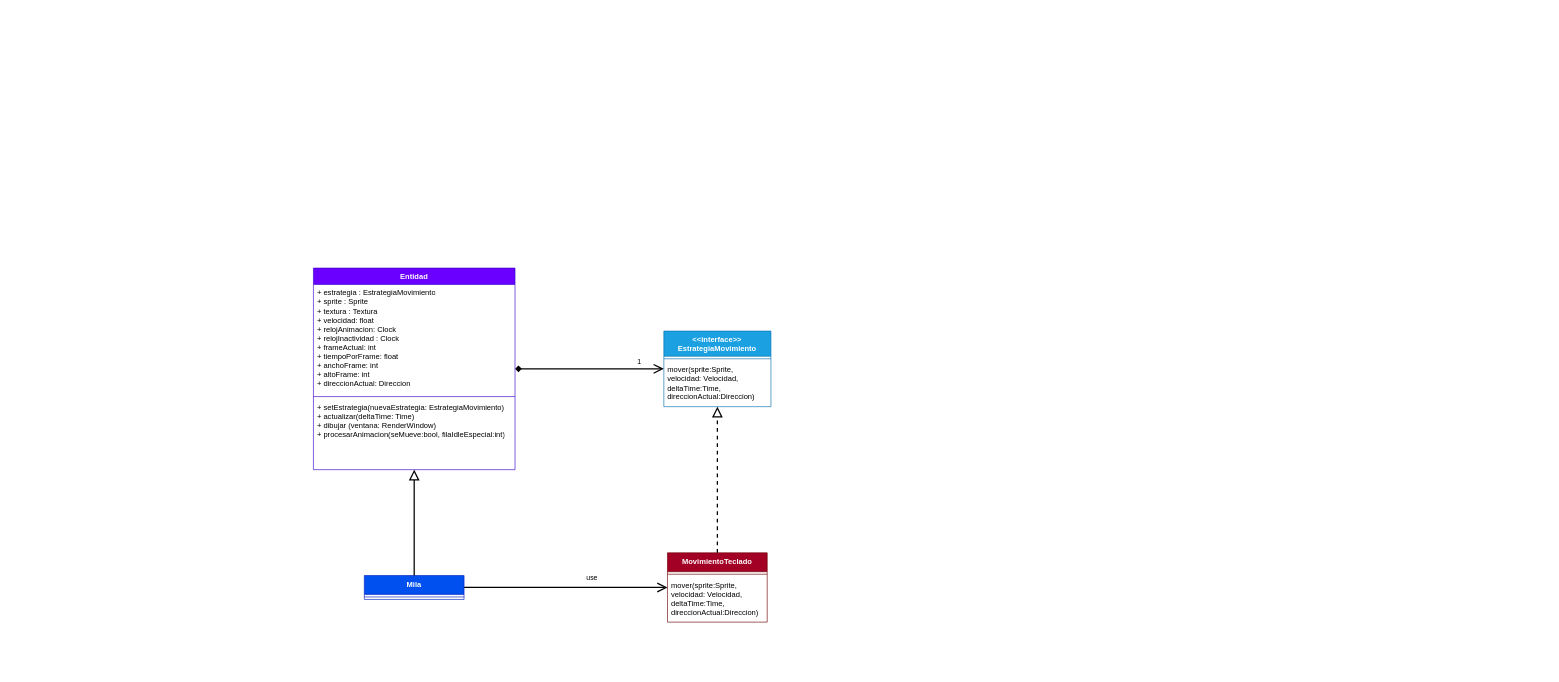
NataliaBlancoAgudin/VideojuegoMilaAnacleto keeps this draw.io diagram as UML/UML.drawio. Above is the earlier version. Source tidied: cells renumbered, new cells numbered last; positions are measured from the earlier drawing's top-left corner, leaving out a move shared by most shapes. Both pictures are drawn from the tidied source at 63%, with x=0, y=0 at pixel (313, 268).
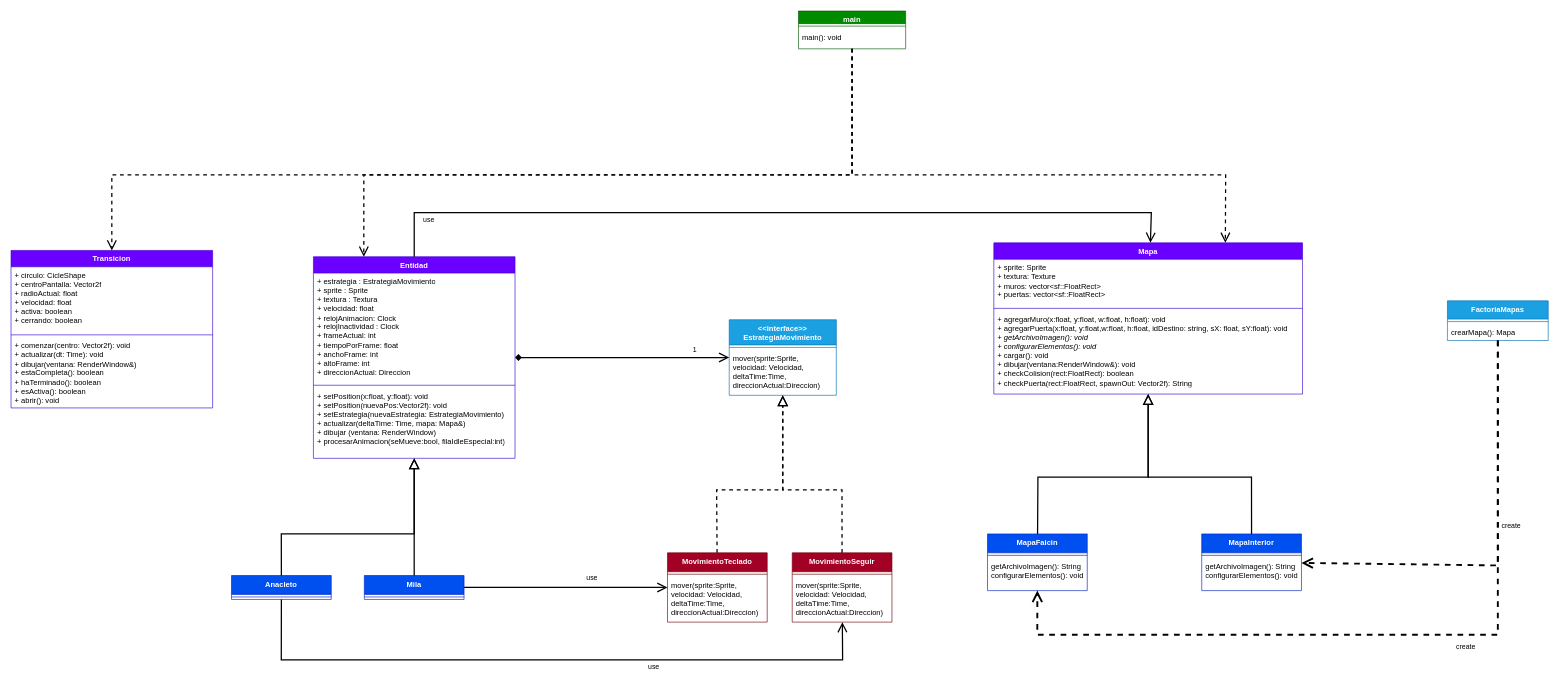
After the change.

Change to the diagram source:
```diff
@@
-    <mxCell id="2" style="group;" parent="1" vertex="1">
-      <mxGeometry width="726.2" height="562" as="geometry" />
-    </mxCell>
+    <mxCell id="21" style="group;" parent="1" vertex="1">
+      <mxGeometry x="-480" y="-408" width="2440" height="1030" as="geometry" />
+    </mxCell>
-    <mxCell id="3" value="&amp;lt;&amp;lt;interface&amp;gt;&amp;gt;&lt;br&gt;EstrategiaMovimiento" style="swimlane;fontStyle=1;align=center;verticalAlign=top;horizontal=1;startSize=40;whiteSpace=wrap;html=1;fillColor=#1ba1e2;fontColor=#ffffff;strokeColor=#006EAF;" parent="2" vertex="1">
-      <mxGeometry x="556.2" y="100" width="170" height="120" as="geometry" />
+    <mxCell id="3" value="&amp;lt;&amp;lt;interface&amp;gt;&amp;gt;&lt;br&gt;EstrategiaMovimiento" style="swimlane;fontStyle=1;align=center;verticalAlign=top;horizontal=1;startSize=40;whiteSpace=wrap;html=1;fillColor=#1ba1e2;fontColor=#ffffff;strokeColor=#006EAF;" parent="21" vertex="1">
+      <mxGeometry x="1140" y="490" width="170" height="120" as="geometry" />
     </mxCell>
@@
-    <mxCell id="6" value="MovimientoTeclado" style="swimlane;fontStyle=1;align=center;verticalAlign=top;horizontal=1;startSize=30;whiteSpace=wrap;html=1;fillColor=#a20025;fontColor=#ffffff;strokeColor=#6F0000;" parent="2" vertex="1">
-      <mxGeometry x="562" y="452" width="158.3" height="110" as="geometry" />
+    <mxCell id="6" value="MovimientoTeclado" style="swimlane;fontStyle=1;align=center;verticalAlign=top;horizontal=1;startSize=30;whiteSpace=wrap;html=1;fillColor=#a20025;fontColor=#ffffff;strokeColor=#6F0000;" parent="21" vertex="1">
+      <mxGeometry x="1042" y="860" width="158.3" height="110" as="geometry" />
     </mxCell>
@@
-    <mxCell id="9" style="endArrow=open;endFill=1;endSize=12;html=1;rounded=0;fontColor=#000000;labelBackgroundColor=none;strokeColor=#000000;strokeWidth=2;startArrow=diamond;startFill=1;" parent="2" edge="1" source="12" target="3">
+    <mxCell id="9" style="endArrow=open;endFill=1;endSize=12;html=1;rounded=0;fontColor=#000000;labelBackgroundColor=none;strokeColor=#000000;strokeWidth=2;startArrow=diamond;startFill=1;" parent="21" edge="1" source="12" target="3">
       <mxGeometry relative="1" as="geometry" />
     </mxCell>
@@
-    <mxCell id="11" style="endArrow=block;endFill=0;endSize=12;html=1;rounded=0;fontColor=#000000;labelBackgroundColor=none;strokeColor=#000000;strokeWidth=2;dashed=1;" parent="2" edge="1" source="6" target="3">
-      <mxGeometry relative="1" as="geometry" />
+    <mxCell id="11" style="endArrow=block;endFill=0;endSize=12;html=1;rounded=0;fontColor=#000000;labelBackgroundColor=none;strokeColor=#000000;strokeWidth=2;dashed=1;" parent="21" edge="1" source="6" target="3">
+      <mxGeometry relative="1" as="geometry">
+        <Array as="points">
+          <mxPoint x="1120" y="760" />
+          <mxPoint x="1225" y="760" />
+        </Array>
+      </mxGeometry>
     </mxCell>
-    <mxCell id="12" value="Entidad" style="swimlane;fontStyle=1;align=center;verticalAlign=top;horizontal=1;startSize=26;whiteSpace=wrap;html=1;fillColor=#6a00ff;fontColor=#ffffff;strokeColor=#3700CC;" parent="2" vertex="1">
-      <mxGeometry width="320" height="320" as="geometry" />
+    <mxCell id="12" value="Entidad" style="swimlane;fontStyle=1;align=center;verticalAlign=top;horizontal=1;startSize=26;whiteSpace=wrap;html=1;fillColor=#6a00ff;fontColor=#ffffff;strokeColor=#3700CC;" parent="21" vertex="1">
+      <mxGeometry x="480" y="390" width="320" height="320" as="geometry" />
     </mxCell>
@@
-    <mxCell id="15" value="+ setEstrategia(nuevaEstrategia: EstrategiaMovimiento)&lt;br&gt;+ actualizar(deltaTime: Time)&lt;br&gt;+ dibujar (ventana: RenderWindow)&lt;br&gt;+ procesarAnimacion(seMueve:bool, filaIdleEspecial:int)" style="text;strokeColor=none;fillColor=none;align=left;verticalAlign=top;spacingLeft=4;spacingRight=4;overflow=hidden;whiteSpace=wrap;html=1;fontColor=#000000;labelBackgroundColor=none;" parent="12" vertex="1">
+    <mxCell id="15" value="+ setPosition(x:float, y:float): void&lt;br&gt;+ setPosition(nuevaPos:Vector2f): void&lt;br&gt;+ setEstrategia(nuevaEstrategia: EstrategiaMovimiento)&lt;br&gt;+ actualizar(deltaTime: Time, mapa: Mapa&amp;amp;)&lt;br&gt;+ dibujar (ventana: RenderWindow)&lt;br&gt;+ procesarAnimacion(seMueve:bool, filaIdleEspecial:int)" style="text;strokeColor=none;fillColor=none;align=left;verticalAlign=top;spacingLeft=4;spacingRight=4;overflow=hidden;whiteSpace=wrap;html=1;fontColor=#000000;labelBackgroundColor=none;" parent="12" vertex="1">
       <mxGeometry y="208" width="320" height="112" as="geometry" />
     </mxCell>
-    <mxCell id="16" value="Mila" style="swimlane;fontStyle=1;align=center;verticalAlign=top;horizontal=1;startSize=30;whiteSpace=wrap;html=1;fillColor=#0050ef;fontColor=#ffffff;strokeColor=#001DBC;" parent="2" vertex="1">
-      <mxGeometry x="80.8" y="488" width="158.3" height="38" as="geometry" />
+    <mxCell id="16" value="Mila" style="swimlane;fontStyle=1;align=center;verticalAlign=top;horizontal=1;startSize=30;whiteSpace=wrap;html=1;fillColor=#0050ef;fontColor=#ffffff;strokeColor=#001DBC;" parent="21" vertex="1">
+      <mxGeometry x="560.8" y="896" width="158.3" height="38" as="geometry" />
     </mxCell>
@@
-    <mxCell id="18" style="endArrow=block;endFill=0;endSize=12;html=1;rounded=0;fontColor=#000000;labelBackgroundColor=none;strokeColor=#000000;strokeWidth=2;" parent="2" edge="1" source="16" target="12">
+    <mxCell id="18" style="endArrow=block;endFill=0;endSize=12;html=1;rounded=0;fontColor=#000000;labelBackgroundColor=none;strokeColor=#000000;strokeWidth=2;" parent="21" edge="1" source="16" target="12">
       <mxGeometry relative="1" as="geometry" />
     </mxCell>
-    <mxCell id="19" style="endArrow=open;endFill=1;endSize=12;html=1;rounded=0;strokeColor=#000000;strokeWidth=2;" parent="2" edge="1" source="16" target="6">
+    <mxCell id="19" style="endArrow=open;endFill=1;endSize=12;html=1;rounded=0;strokeColor=#000000;strokeWidth=2;" parent="21" edge="1" source="16" target="6">
       <mxGeometry relative="1" as="geometry" />
     </mxCell>
@@
+    <mxCell id="22" value="MovimientoSeguir" style="swimlane;fontStyle=1;align=center;verticalAlign=top;horizontal=1;startSize=30;whiteSpace=wrap;html=1;fillColor=#a20025;fontColor=#ffffff;strokeColor=#6F0000;" parent="21" vertex="1">
+      <mxGeometry x="1240" y="860" width="158.3" height="110" as="geometry" />
+    </mxCell>
+    <mxCell id="23" style="line;strokeWidth=1;fillColor=none;align=left;verticalAlign=middle;spacingTop=-1;spacingLeft=3;spacingRight=3;labelPosition=right;strokeColor=inherit;" parent="22" vertex="1">
+      <mxGeometry y="30" width="158.3" height="8" as="geometry" />
+    </mxCell>
+    <mxCell id="24" value="mover(sprite:Sprite, velocidad: Velocidad, deltaTime:Time, direccionActual:Direccion)" style="text;strokeColor=none;fillColor=none;align=left;verticalAlign=top;spacingLeft=4;spacingRight=4;overflow=hidden;whiteSpace=wrap;html=1;fontColor=#000000;labelBackgroundColor=none;" parent="22" vertex="1">
+      <mxGeometry y="38" width="158.3" height="72" as="geometry" />
+    </mxCell>
+    <mxCell id="25" style="endArrow=block;endFill=0;endSize=12;html=1;rounded=0;fontColor=#000000;labelBackgroundColor=none;strokeColor=#000000;strokeWidth=2;dashed=1;" parent="21" edge="1" source="22" target="3">
+      <mxGeometry relative="1" as="geometry">
+        <Array as="points">
+          <mxPoint x="1319" y="760" />
+          <mxPoint x="1225" y="760" />
+        </Array>
+      </mxGeometry>
+    </mxCell>
+    <mxCell id="26" value="Anacleto" style="swimlane;fontStyle=1;align=center;verticalAlign=top;horizontal=1;startSize=30;whiteSpace=wrap;html=1;fillColor=#0050ef;fontColor=#ffffff;strokeColor=#001DBC;" parent="21" vertex="1">
+      <mxGeometry x="350" y="896" width="158.3" height="38" as="geometry" />
+    </mxCell>
+    <mxCell id="27" style="line;strokeWidth=1;fillColor=none;align=left;verticalAlign=middle;spacingTop=-1;spacingLeft=3;spacingRight=3;labelPosition=right;strokeColor=inherit;" parent="26" vertex="1">
+      <mxGeometry y="30" width="158.3" height="8" as="geometry" />
+    </mxCell>
+    <mxCell id="28" style="endArrow=block;endFill=0;endSize=12;html=1;rounded=0;fontColor=#000000;labelBackgroundColor=none;strokeColor=#000000;strokeWidth=2;" parent="21" edge="1" source="26" target="12">
+      <mxGeometry relative="1" as="geometry">
+        <Array as="points">
+          <mxPoint x="429" y="830" />
+          <mxPoint x="640" y="830" />
+        </Array>
+      </mxGeometry>
+    </mxCell>
+    <mxCell id="29" style="endArrow=open;endFill=1;endSize=12;html=1;rounded=0;strokeColor=#000000;strokeWidth=2;" parent="21" edge="1" source="26" target="22">
+      <mxGeometry relative="1" as="geometry">
+        <Array as="points">
+          <mxPoint x="429" y="1030" />
+          <mxPoint x="1320" y="1030" />
+        </Array>
+      </mxGeometry>
+    </mxCell>
+    <mxCell id="30" value="use" style="edgeLabel;html=1;align=center;verticalAlign=middle;labelBackgroundColor=none;fontColor=#000000;" parent="29" vertex="1">
+      <mxGeometry x="0.41" y="2" relative="1" as="geometry">
+        <mxPoint x="-51" y="12" as="offset" />
+      </mxGeometry>
+    </mxCell>
+    <mxCell id="31" value="FactoriaMapas" style="swimlane;fontStyle=1;align=center;verticalAlign=top;horizontal=1;startSize=29;whiteSpace=wrap;html=1;fillColor=#1ba1e2;fontColor=#ffffff;strokeColor=#006EAF;" parent="21" vertex="1">
+      <mxGeometry x="2280" y="460" width="160" height="63" as="geometry" />
+    </mxCell>
+    <mxCell id="32" style="line;strokeWidth=1;fillColor=none;align=left;verticalAlign=middle;spacingTop=-1;spacingLeft=3;spacingRight=3;labelPosition=right;strokeColor=inherit;" parent="31" vertex="1">
+      <mxGeometry y="29" width="160" height="8" as="geometry" />
+    </mxCell>
+    <mxCell id="33" value="&lt;font color=&quot;#000000&quot;&gt;crearMapa(): Mapa&lt;/font&gt;" style="text;strokeColor=none;fillColor=none;align=left;verticalAlign=top;spacingLeft=4;spacingRight=4;overflow=hidden;whiteSpace=wrap;html=1;" parent="31" vertex="1">
+      <mxGeometry y="37" width="160" height="26" as="geometry" />
+    </mxCell>
+    <mxCell id="34" value="Mapa" style="swimlane;fontStyle=1;align=center;verticalAlign=top;horizontal=1;startSize=26;whiteSpace=wrap;html=1;fillColor=#6a00ff;fontColor=#ffffff;strokeColor=#3700CC;" parent="21" vertex="1">
+      <mxGeometry x="1560" y="368" width="490" height="240" as="geometry" />
+    </mxCell>
+    <mxCell id="35" value="+ sprite: Sprite&lt;br&gt;+ textura: Texture&lt;br&gt;+ muros: vector&amp;lt;sf::FloatRect&amp;gt;&lt;br&gt;+ puertas: vector&amp;lt;sf::FloatRect&amp;gt;&lt;br&gt;" style="text;strokeColor=none;fillColor=none;align=left;verticalAlign=top;spacingLeft=4;spacingRight=4;overflow=hidden;whiteSpace=wrap;html=1;fontColor=#000000;labelBackgroundColor=none;" parent="34" vertex="1">
+      <mxGeometry y="26" width="490" height="74" as="geometry" />
+    </mxCell>
+    <mxCell id="36" style="line;strokeWidth=1;fillColor=none;align=left;verticalAlign=middle;spacingTop=-1;spacingLeft=3;spacingRight=3;labelPosition=right;strokeColor=inherit;" parent="34" vertex="1">
+      <mxGeometry y="100" width="490" height="8" as="geometry" />
+    </mxCell>
+    <mxCell id="37" value="+ agregarMuro(x:float, y:float, w:float, h:float): void&lt;br&gt;+ agregarPuerta(x:float, y:float,w:float, h:float, idDestino: string, sX: float, sY:float): void&lt;br&gt;&lt;i&gt;+ getArchivoImagen(): void&lt;br&gt;+ configurarElementos(): void&lt;/i&gt;&lt;br&gt;+ cargar(): void&lt;br&gt;+ dibujar(ventana:RenderWindow&amp;amp;): void&lt;br&gt;+ checkColision(rect:FloatRect): boolean&lt;br&gt;+ checkPuerta(rect:FloatRect, spawnOut: Vector2f): String" style="text;strokeColor=none;fillColor=none;align=left;verticalAlign=top;spacingLeft=4;spacingRight=4;overflow=hidden;whiteSpace=wrap;html=1;fontColor=#000000;labelBackgroundColor=none;" parent="34" vertex="1">
+      <mxGeometry y="108" width="490" height="132" as="geometry" />
+    </mxCell>
+    <mxCell id="38" style="endArrow=block;endFill=0;endSize=12;html=1;rounded=0;fontColor=#000000;labelBackgroundColor=none;strokeColor=#000000;strokeWidth=2;" parent="21" edge="1" source="56" target="34">
+      <mxGeometry relative="1" as="geometry">
+        <Array as="points">
+          <mxPoint x="1630" y="740" />
+          <mxPoint x="1805" y="740" />
+        </Array>
+      </mxGeometry>
+    </mxCell>
+    <mxCell id="39" style="endArrow=block;endFill=0;endSize=12;html=1;rounded=0;fontColor=#000000;labelBackgroundColor=none;strokeColor=#000000;strokeWidth=2;" parent="21" edge="1" source="59" target="34">
+      <mxGeometry relative="1" as="geometry">
+        <Array as="points">
+          <mxPoint x="1969" y="740" />
+          <mxPoint x="1805" y="740" />
+        </Array>
+      </mxGeometry>
+    </mxCell>
+    <mxCell id="40" style="endArrow=open;endFill=1;endSize=12;html=1;rounded=0;strokeColor=#000000;strokeWidth=3;dashed=1;" parent="21" edge="1" source="31" target="59">
+      <mxGeometry relative="1" as="geometry">
+        <Array as="points">
+          <mxPoint x="2360" y="880" />
+        </Array>
+      </mxGeometry>
+    </mxCell>
+    <mxCell id="41" value="create" style="edgeLabel;html=1;align=center;verticalAlign=middle;labelBackgroundColor=none;fontColor=#000000;" parent="40" vertex="1">
+      <mxGeometry x="-0.16" y="6" relative="1" as="geometry">
+        <mxPoint x="14" y="12" as="offset" />
+      </mxGeometry>
+    </mxCell>
+    <mxCell id="42" style="endArrow=open;endFill=1;endSize=12;html=1;rounded=0;strokeColor=#000000;strokeWidth=3;dashed=1;" parent="21" edge="1" source="31" target="56">
+      <mxGeometry relative="1" as="geometry">
+        <Array as="points">
+          <mxPoint x="2360" y="990" />
+          <mxPoint x="1629" y="990" />
+        </Array>
+      </mxGeometry>
+    </mxCell>
+    <mxCell id="43" value="create" style="edgeLabel;html=1;align=center;verticalAlign=middle;labelBackgroundColor=none;fontColor=#000000;" parent="42" vertex="1">
+      <mxGeometry x="-0.16" y="6" relative="1" as="geometry">
+        <mxPoint x="14" y="12" as="offset" />
+      </mxGeometry>
+    </mxCell>
+    <mxCell id="44" style="endArrow=open;endFill=1;endSize=12;html=1;rounded=0;strokeColor=#000000;strokeWidth=2;" parent="21" edge="1" source="12" target="34">
+      <mxGeometry relative="1" as="geometry">
+        <Array as="points">
+          <mxPoint x="640" y="320" />
+          <mxPoint x="1810" y="320" />
+        </Array>
+      </mxGeometry>
+    </mxCell>
+    <mxCell id="45" value="use" style="edgeLabel;html=1;align=center;verticalAlign=middle;labelBackgroundColor=none;fontColor=#000000;" parent="44" vertex="1">
+      <mxGeometry x="0.41" y="2" relative="1" as="geometry">
+        <mxPoint x="-816" y="12" as="offset" />
+      </mxGeometry>
+    </mxCell>
+    <mxCell id="46" value="main" style="swimlane;fontStyle=1;align=center;verticalAlign=top;horizontal=1;startSize=20;whiteSpace=wrap;html=1;fillColor=#008a00;fontColor=#ffffff;strokeColor=#005700;" parent="21" vertex="1">
+      <mxGeometry x="1250" width="170" height="60" as="geometry" />
+    </mxCell>
+    <mxCell id="47" style="line;strokeWidth=1;fillColor=none;align=left;verticalAlign=middle;spacingTop=-1;spacingLeft=3;spacingRight=3;labelPosition=right;strokeColor=inherit;" parent="46" vertex="1">
+      <mxGeometry y="20" width="170" height="8" as="geometry" />
+    </mxCell>
+    <mxCell id="48" value="main(): void" style="text;strokeColor=none;fillColor=none;align=left;verticalAlign=top;spacingLeft=4;spacingRight=4;overflow=hidden;whiteSpace=wrap;html=1;fontColor=#000000;labelBackgroundColor=none;" parent="46" vertex="1">
+      <mxGeometry y="28" width="170" height="32" as="geometry" />
+    </mxCell>
+    <mxCell id="49" style="endArrow=open;endFill=1;endSize=12;html=1;rounded=0;entryX=0.25;entryY=0;entryDx=0;entryDy=0;strokeColor=#000000;strokeWidth=2;dashed=1;" parent="21" edge="1" source="46" target="12">
+      <mxGeometry relative="1" as="geometry">
+        <Array as="points">
+          <mxPoint x="1335" y="260" />
+          <mxPoint x="560" y="260" />
+        </Array>
+      </mxGeometry>
+    </mxCell>
+    <mxCell id="50" style="endArrow=open;endFill=1;endSize=12;html=1;rounded=0;strokeColor=#000000;strokeWidth=2;dashed=1;entryX=0.75;entryY=0;entryDx=0;entryDy=0;" parent="21" edge="1" source="46" target="34">
+      <mxGeometry relative="1" as="geometry">
+        <Array as="points">
+          <mxPoint x="1335" y="260" />
+          <mxPoint x="1928" y="260" />
+        </Array>
+      </mxGeometry>
+    </mxCell>
+    <mxCell id="51" value="Transicion" style="swimlane;fontStyle=1;align=center;verticalAlign=top;horizontal=1;startSize=26;whiteSpace=wrap;html=1;fillColor=#6a00ff;fontColor=#ffffff;strokeColor=#3700CC;" parent="21" vertex="1">
+      <mxGeometry y="380" width="320" height="250" as="geometry" />
+    </mxCell>
+    <mxCell id="52" value="+ circulo: CicleShape&lt;br&gt;+ centroPantalla: Vector2f&lt;br&gt;+ radioActual: float&lt;br&gt;+ velocidad: float&lt;br&gt;+ activa: boolean&lt;br&gt;+ cerrando: boolean" style="text;strokeColor=none;fillColor=none;align=left;verticalAlign=top;spacingLeft=4;spacingRight=4;overflow=hidden;whiteSpace=wrap;html=1;fontColor=#000000;labelBackgroundColor=none;" parent="51" vertex="1">
+      <mxGeometry y="26" width="320" height="104" as="geometry" />
+    </mxCell>
+    <mxCell id="53" style="line;strokeWidth=1;fillColor=none;align=left;verticalAlign=middle;spacingTop=-1;spacingLeft=3;spacingRight=3;labelPosition=right;strokeColor=inherit;" parent="51" vertex="1">
+      <mxGeometry y="130" width="320" height="8" as="geometry" />
+    </mxCell>
+    <mxCell id="54" value="+ comenzar(centro: Vector2f): void&lt;br&gt;+ actualizar(dt: Time): void&lt;br&gt;+ dibujar(ventana: RenderWindow&amp;amp;)&lt;br&gt;+ estaCompleta(): boolean&lt;br&gt;+ haTerminado(): boolean&lt;br&gt;+ esActiva(): boolean&lt;br&gt;+ abrir(): void" style="text;strokeColor=none;fillColor=none;align=left;verticalAlign=top;spacingLeft=4;spacingRight=4;overflow=hidden;whiteSpace=wrap;html=1;fontColor=#000000;labelBackgroundColor=none;" parent="51" vertex="1">
+      <mxGeometry y="138" width="320" height="112" as="geometry" />
+    </mxCell>
+    <mxCell id="55" style="endArrow=open;endFill=1;endSize=12;html=1;rounded=0;entryX=0.5;entryY=0;entryDx=0;entryDy=0;strokeColor=#000000;strokeWidth=2;dashed=1;" parent="21" edge="1" source="46" target="51">
+      <mxGeometry relative="1" as="geometry">
+        <Array as="points">
+          <mxPoint x="1335" y="260" />
+          <mxPoint x="160" y="260" />
+        </Array>
+      </mxGeometry>
+    </mxCell>
+    <mxCell id="56" value="MapaFaicin" style="swimlane;fontStyle=1;align=center;verticalAlign=top;horizontal=1;startSize=30;whiteSpace=wrap;html=1;fillColor=#0050ef;fontColor=#ffffff;strokeColor=#001DBC;" parent="21" vertex="1">
+      <mxGeometry x="1550" y="830" width="158.3" height="90" as="geometry" />
+    </mxCell>
+    <mxCell id="57" style="line;strokeWidth=1;fillColor=none;align=left;verticalAlign=middle;spacingTop=-1;spacingLeft=3;spacingRight=3;labelPosition=right;strokeColor=inherit;" parent="56" vertex="1">
+      <mxGeometry y="30" width="158.3" height="8" as="geometry" />
+    </mxCell>
+    <mxCell id="58" value="getArchivoImagen(): String&lt;br&gt;configurarElementos(): void" style="text;strokeColor=none;fillColor=none;align=left;verticalAlign=top;spacingLeft=4;spacingRight=4;overflow=hidden;whiteSpace=wrap;html=1;fontColor=#000000;labelBackgroundColor=none;" parent="56" vertex="1">
+      <mxGeometry y="38" width="158.3" height="52" as="geometry" />
+    </mxCell>
+    <mxCell id="59" value="MapaInterior" style="swimlane;fontStyle=1;align=center;verticalAlign=top;horizontal=1;startSize=30;whiteSpace=wrap;html=1;fillColor=#0050ef;fontColor=#ffffff;strokeColor=#001DBC;" parent="21" vertex="1">
+      <mxGeometry x="1890" y="830" width="158.3" height="90" as="geometry" />
+    </mxCell>
+    <mxCell id="60" style="line;strokeWidth=1;fillColor=none;align=left;verticalAlign=middle;spacingTop=-1;spacingLeft=3;spacingRight=3;labelPosition=right;strokeColor=inherit;" parent="59" vertex="1">
+      <mxGeometry y="30" width="158.3" height="8" as="geometry" />
+    </mxCell>
+    <mxCell id="61" value="getArchivoImagen(): String&lt;br&gt;configurarElementos(): void" style="text;strokeColor=none;fillColor=none;align=left;verticalAlign=top;spacingLeft=4;spacingRight=4;overflow=hidden;whiteSpace=wrap;html=1;fontColor=#000000;labelBackgroundColor=none;" parent="59" vertex="1">
+      <mxGeometry y="38" width="158.3" height="52" as="geometry" />
+    </mxCell>
```
